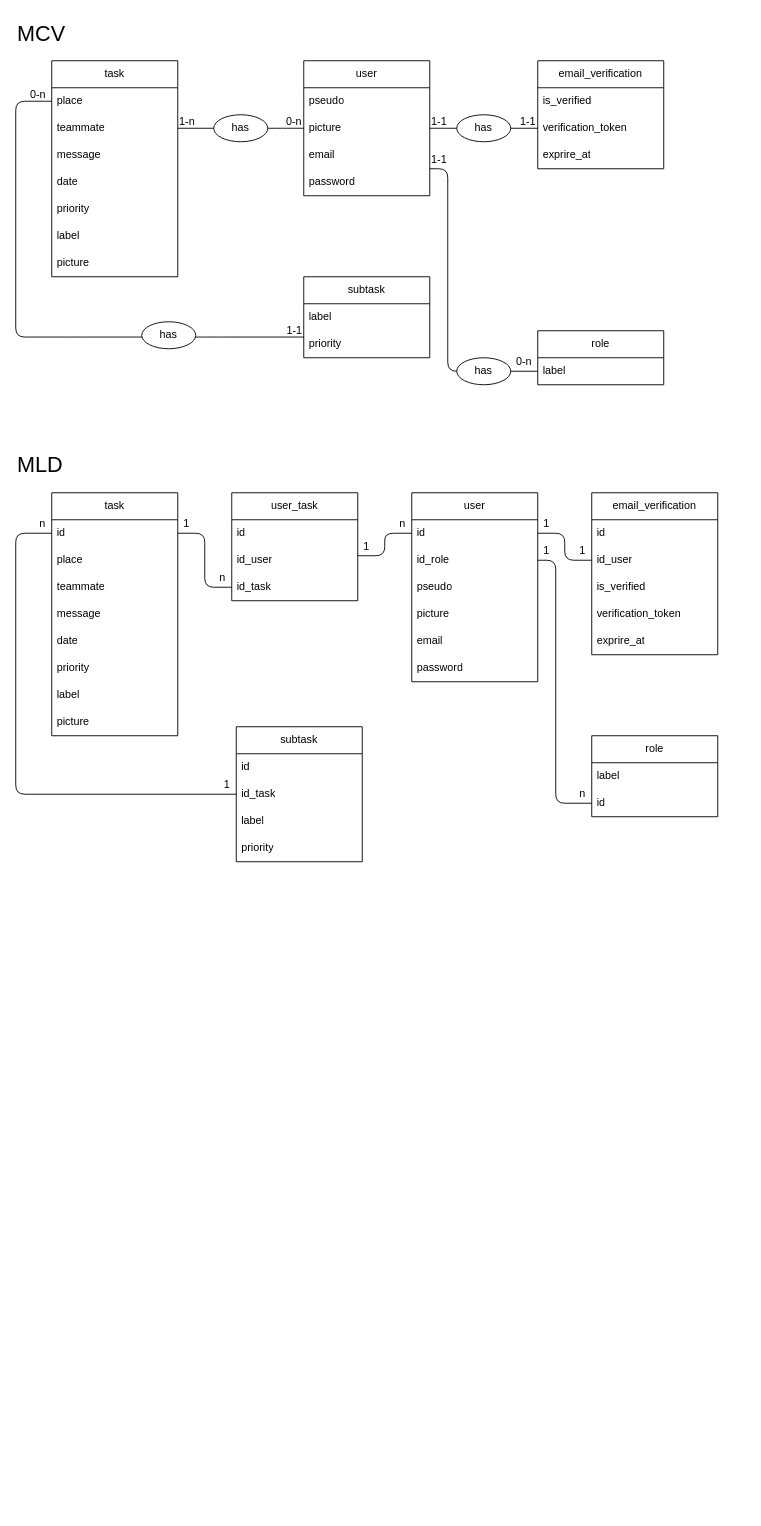
Remi-Dubus/TaskIt keeps this draw.io diagram as database_modeling.dio. Above is the earlier version. Source tidied: cells renumbered, new cells numbered last; positions are measured from the earlier drawing's top-left corner, leaving out a move shared by most shapes. Both pictures are drawn from the tidied source at 90%, with x=0, y=0 at pixel (15, 15).
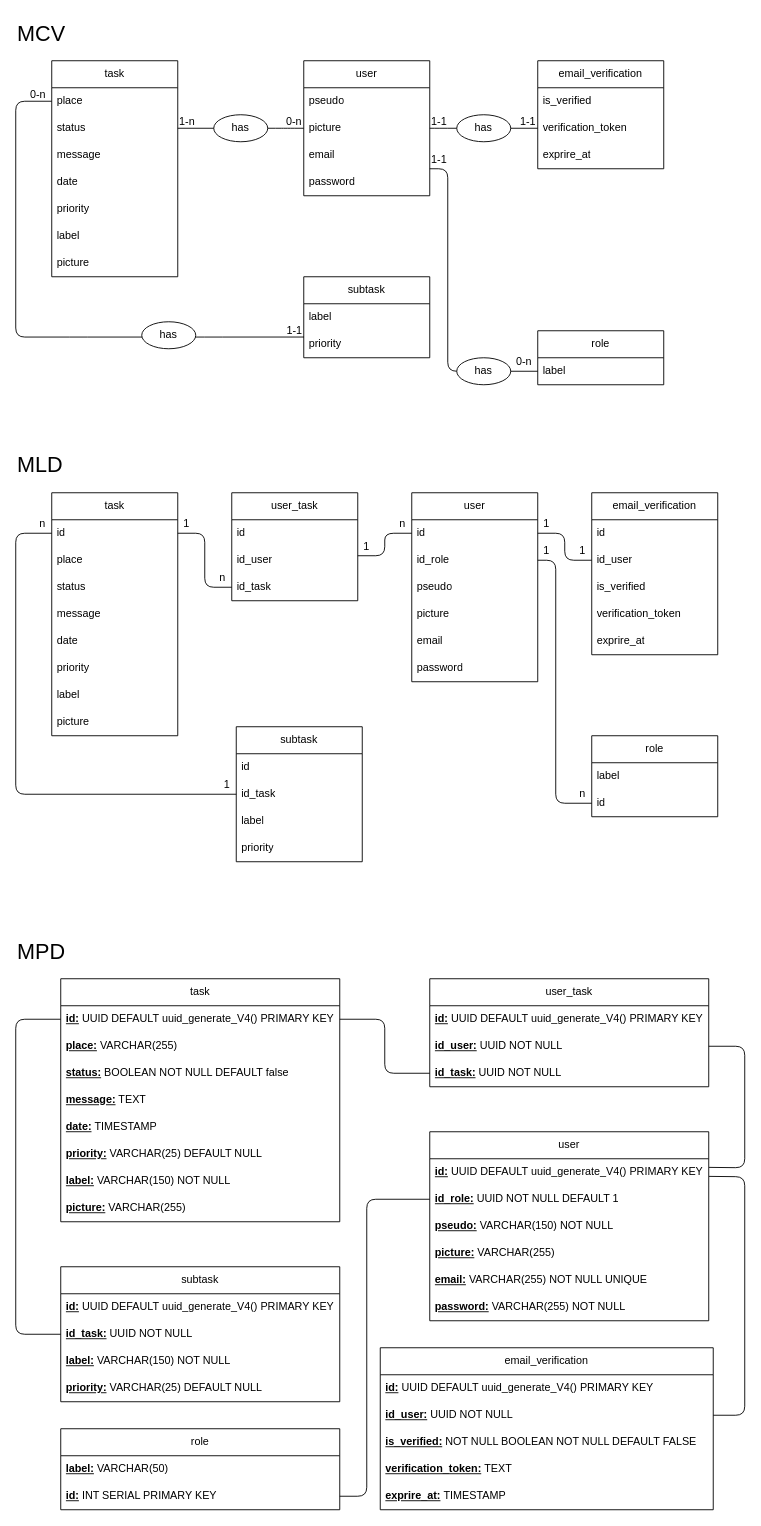
After the change.

Commit message:
feat: add MPD to database modeling closes #9

The change refers to these unchanged cells:
```xml
<mxCell id="3" value="task" style="swimlane;fontStyle=0;horizontal=1;startSize=30;whiteSpace=wrap;html=1;" parent="1" vertex="1">
  <mxGeometry x="40" y="50" width="140" height="240" as="geometry" />
</mxCell>
<mxCell id="28" value="task" style="swimlane;fontStyle=0;horizontal=1;startSize=30;whiteSpace=wrap;html=1;" parent="1" vertex="1">
  <mxGeometry x="40" y="530" width="140" height="270" as="geometry" />
</mxCell>
```

The edit, as a diff of the source:
```diff
@@
-    <mxCell id="5" value="teammate" style="text;strokeColor=none;fillColor=none;align=left;verticalAlign=middle;spacingLeft=4;spacingRight=4;overflow=hidden;whiteSpace=wrap;html=1;" parent="3" vertex="1">
+    <mxCell id="5" value="status" style="text;strokeColor=none;fillColor=none;align=left;verticalAlign=middle;spacingLeft=4;spacingRight=4;overflow=hidden;whiteSpace=wrap;html=1;" parent="3" vertex="1">
       <mxGeometry y="60" width="140" height="30" as="geometry" />
     </mxCell>
@@
-    <mxCell id="31" value="teammate" style="text;strokeColor=none;fillColor=none;align=left;verticalAlign=middle;spacingLeft=4;spacingRight=4;overflow=hidden;whiteSpace=wrap;html=1;" parent="28" vertex="1">
+    <mxCell id="31" value="status" style="text;strokeColor=none;fillColor=none;align=left;verticalAlign=middle;spacingLeft=4;spacingRight=4;overflow=hidden;whiteSpace=wrap;html=1;" parent="28" vertex="1">
       <mxGeometry y="90" width="140" height="30" as="geometry" />
     </mxCell>
@@
+    <mxCell id="91" value="MPD" style="text;html=1;align=left;verticalAlign=middle;strokeColor=none;fillColor=none;fontSize=24;" parent="1" vertex="1">
+      <mxGeometry y="1020" width="80" height="40" as="geometry" />
+    </mxCell>
+    <mxCell id="92" value="task" style="swimlane;fontStyle=0;horizontal=1;startSize=30;whiteSpace=wrap;html=1;" parent="1" vertex="1">
+      <mxGeometry x="50" y="1070" width="310" height="270" as="geometry" />
+    </mxCell>
+    <mxCell id="93" value="&lt;u&gt;&lt;b&gt;id:&lt;/b&gt;&lt;/u&gt; UUID DEFAULT uuid_generate_V4() PRIMARY KEY" style="text;strokeColor=none;fillColor=none;align=left;verticalAlign=middle;spacingLeft=4;spacingRight=4;overflow=hidden;points=[[0,0.5],[1,0.5]];portConstraint=eastwest;whiteSpace=wrap;html=1;" parent="92" vertex="1">
+      <mxGeometry y="30" width="310" height="30" as="geometry" />
+    </mxCell>
+    <mxCell id="94" value="&lt;u&gt;&lt;b&gt;place:&lt;/b&gt;&lt;/u&gt; VARCHAR(255)" style="text;strokeColor=none;fillColor=none;align=left;verticalAlign=middle;spacingLeft=4;spacingRight=4;overflow=hidden;whiteSpace=wrap;html=1;" parent="92" vertex="1">
+      <mxGeometry y="60" width="310" height="30" as="geometry" />
+    </mxCell>
+    <mxCell id="95" value="&lt;u&gt;&lt;b&gt;status:&lt;/b&gt;&lt;/u&gt; BOOLEAN NOT NULL DEFAULT false" style="text;strokeColor=none;fillColor=none;align=left;verticalAlign=middle;spacingLeft=4;spacingRight=4;overflow=hidden;whiteSpace=wrap;html=1;" parent="92" vertex="1">
+      <mxGeometry y="90" width="310" height="30" as="geometry" />
+    </mxCell>
+    <mxCell id="96" value="&lt;u&gt;&lt;b&gt;message:&lt;/b&gt;&lt;/u&gt; TEXT" style="text;strokeColor=none;fillColor=none;align=left;verticalAlign=middle;spacingLeft=4;spacingRight=4;overflow=hidden;whiteSpace=wrap;html=1;" parent="92" vertex="1">
+      <mxGeometry y="120" width="310" height="30" as="geometry" />
+    </mxCell>
+    <mxCell id="97" value="&lt;b style=&quot;text-decoration-line: underline;&quot;&gt;date:&lt;/b&gt;&amp;nbsp;TIMESTAMP" style="text;strokeColor=none;fillColor=none;align=left;verticalAlign=middle;spacingLeft=4;spacingRight=4;overflow=hidden;whiteSpace=wrap;html=1;" parent="92" vertex="1">
+      <mxGeometry y="150" width="310" height="30" as="geometry" />
+    </mxCell>
+    <mxCell id="98" value="&lt;b style=&quot;text-decoration-line: underline;&quot;&gt;priority:&lt;/b&gt;&amp;nbsp;VARCHAR(25) DEFAULT NULL" style="text;strokeColor=none;fillColor=none;align=left;verticalAlign=middle;spacingLeft=4;spacingRight=4;overflow=hidden;whiteSpace=wrap;html=1;" parent="92" vertex="1">
+      <mxGeometry y="180" width="310" height="30" as="geometry" />
+    </mxCell>
+    <mxCell id="99" value="&lt;b style=&quot;text-decoration-line: underline;&quot;&gt;label:&lt;/b&gt;&amp;nbsp;VARCHAR(150) NOT NULL" style="text;strokeColor=none;fillColor=none;align=left;verticalAlign=middle;spacingLeft=4;spacingRight=4;overflow=hidden;whiteSpace=wrap;html=1;" parent="92" vertex="1">
+      <mxGeometry y="210" width="310" height="30" as="geometry" />
+    </mxCell>
+    <mxCell id="100" value="&lt;u style=&quot;font-weight: bold;&quot;&gt;picture:&lt;/u&gt;&amp;nbsp;VARCHAR(255)" style="text;strokeColor=none;fillColor=none;align=left;verticalAlign=middle;spacingLeft=4;spacingRight=4;overflow=hidden;whiteSpace=wrap;html=1;" parent="92" vertex="1">
+      <mxGeometry y="240" width="310" height="30" as="geometry" />
+    </mxCell>
+    <mxCell id="101" value="subtask" style="swimlane;fontStyle=0;horizontal=1;startSize=30;whiteSpace=wrap;html=1;" parent="1" vertex="1">
+      <mxGeometry x="50" y="1390" width="310" height="150" as="geometry" />
+    </mxCell>
+    <mxCell id="102" value="&lt;u style=&quot;font-weight: bold;&quot;&gt;id:&lt;/u&gt;&amp;nbsp;&lt;span style=&quot;color: rgb(0, 0, 0);&quot;&gt;UUID DEFAULT uuid_generate_V4() PRIMARY KEY&lt;/span&gt;" style="text;strokeColor=none;fillColor=none;align=left;verticalAlign=middle;spacingLeft=4;spacingRight=4;overflow=hidden;whiteSpace=wrap;html=1;" parent="101" vertex="1">
+      <mxGeometry y="30" width="310" height="30" as="geometry" />
+    </mxCell>
+    <mxCell id="103" value="&lt;u style=&quot;font-weight: bold;&quot;&gt;id_task:&lt;/u&gt;&amp;nbsp;&lt;span style=&quot;color: rgb(0, 0, 0);&quot;&gt;UUID NOT NULL&lt;/span&gt;" style="text;strokeColor=none;fillColor=none;align=left;verticalAlign=middle;spacingLeft=4;spacingRight=4;overflow=hidden;points=[[0,0.5],[1,0.5]];portConstraint=eastwest;whiteSpace=wrap;html=1;" parent="101" vertex="1">
+      <mxGeometry y="60" width="310" height="30" as="geometry" />
+    </mxCell>
+    <mxCell id="104" value="&lt;u style=&quot;font-weight: bold;&quot;&gt;label:&lt;/u&gt;&amp;nbsp;&lt;span style=&quot;color: rgb(0, 0, 0);&quot;&gt;VARCHAR(150) NOT NULL&lt;/span&gt;" style="text;strokeColor=none;fillColor=none;align=left;verticalAlign=middle;spacingLeft=4;spacingRight=4;overflow=hidden;whiteSpace=wrap;html=1;" parent="101" vertex="1">
+      <mxGeometry y="90" width="310" height="30" as="geometry" />
+    </mxCell>
+    <mxCell id="105" value="&lt;u style=&quot;font-weight: bold;&quot;&gt;priority:&lt;/u&gt;&amp;nbsp;VARCHAR(25) DEFAULT NULL" style="text;strokeColor=none;fillColor=none;align=left;verticalAlign=middle;spacingLeft=4;spacingRight=4;overflow=hidden;whiteSpace=wrap;html=1;" parent="101" vertex="1">
+      <mxGeometry y="120" width="310" height="30" as="geometry" />
+    </mxCell>
+    <mxCell id="106" value="user" style="swimlane;fontStyle=0;horizontal=1;startSize=30;whiteSpace=wrap;html=1;" parent="1" vertex="1">
+      <mxGeometry x="460" y="1240" width="310" height="210" as="geometry" />
+    </mxCell>
+    <mxCell id="107" value="&lt;u style=&quot;font-weight: bold;&quot;&gt;id:&lt;/u&gt;&amp;nbsp;&lt;span style=&quot;color: rgb(0, 0, 0);&quot;&gt;UUID DEFAULT uuid_generate_V4() PRIMARY KEY&lt;/span&gt;" style="text;strokeColor=none;fillColor=none;align=left;verticalAlign=middle;spacingLeft=4;spacingRight=4;overflow=hidden;points=[[0,0.5],[1,0.5]];portConstraint=eastwest;whiteSpace=wrap;html=1;" parent="106" vertex="1">
+      <mxGeometry y="30" width="310" height="30" as="geometry" />
+    </mxCell>
+    <mxCell id="108" value="&lt;u style=&quot;font-weight: bold;&quot;&gt;id_role:&lt;/u&gt;&amp;nbsp;UUID NOT NULL DEFAULT 1" style="text;strokeColor=none;fillColor=none;align=left;verticalAlign=middle;spacingLeft=4;spacingRight=4;overflow=hidden;points=[[0,0.5],[1,0.5]];portConstraint=eastwest;whiteSpace=wrap;html=1;" parent="106" vertex="1">
+      <mxGeometry y="60" width="310" height="30" as="geometry" />
+    </mxCell>
+    <mxCell id="109" value="&lt;u style=&quot;font-weight: bold;&quot;&gt;pseudo:&lt;/u&gt;&amp;nbsp;VARCHAR(150) NOT NULL" style="text;strokeColor=none;fillColor=none;align=left;verticalAlign=middle;spacingLeft=4;spacingRight=4;overflow=hidden;whiteSpace=wrap;html=1;" parent="106" vertex="1">
+      <mxGeometry y="90" width="310" height="30" as="geometry" />
+    </mxCell>
+    <mxCell id="110" value="&lt;u style=&quot;font-weight: bold;&quot;&gt;picture:&lt;/u&gt;&amp;nbsp;VARCHAR(255)" style="text;strokeColor=none;fillColor=none;align=left;verticalAlign=middle;spacingLeft=4;spacingRight=4;overflow=hidden;whiteSpace=wrap;html=1;" parent="106" vertex="1">
+      <mxGeometry y="120" width="310" height="30" as="geometry" />
+    </mxCell>
+    <mxCell id="111" value="&lt;u style=&quot;font-weight: bold;&quot;&gt;email:&lt;/u&gt;&amp;nbsp;VARCHAR(255) NOT NULL UNIQUE" style="text;strokeColor=none;fillColor=none;align=left;verticalAlign=middle;spacingLeft=4;spacingRight=4;overflow=hidden;whiteSpace=wrap;html=1;" parent="106" vertex="1">
+      <mxGeometry y="150" width="310" height="30" as="geometry" />
+    </mxCell>
+    <mxCell id="112" value="&lt;u style=&quot;font-weight: bold;&quot;&gt;password:&lt;/u&gt;&amp;nbsp;VARCHAR(255) NOT NULL" style="text;strokeColor=none;fillColor=none;align=left;verticalAlign=middle;spacingLeft=4;spacingRight=4;overflow=hidden;whiteSpace=wrap;html=1;" parent="106" vertex="1">
+      <mxGeometry y="180" width="310" height="30" as="geometry" />
+    </mxCell>
+    <mxCell id="113" value="role" style="swimlane;fontStyle=0;horizontal=1;startSize=30;whiteSpace=wrap;html=1;" parent="1" vertex="1">
+      <mxGeometry x="50" y="1570" width="310" height="90" as="geometry" />
+    </mxCell>
+    <mxCell id="114" value="&lt;u style=&quot;font-weight: bold;&quot;&gt;label:&lt;/u&gt;&amp;nbsp;VARCHAR(50)" style="text;strokeColor=none;fillColor=none;align=left;verticalAlign=middle;spacingLeft=4;spacingRight=4;overflow=hidden;whiteSpace=wrap;html=1;" parent="113" vertex="1">
+      <mxGeometry y="30" width="310" height="30" as="geometry" />
+    </mxCell>
+    <mxCell id="115" value="&lt;u style=&quot;font-weight: bold;&quot;&gt;id:&lt;/u&gt;&amp;nbsp;INT SERIAL PRIMARY KEY" style="text;strokeColor=none;fillColor=none;align=left;verticalAlign=middle;spacingLeft=4;spacingRight=4;overflow=hidden;points=[[0,0.5],[1,0.5]];portConstraint=eastwest;whiteSpace=wrap;html=1;" parent="113" vertex="1">
+      <mxGeometry y="60" width="310" height="30" as="geometry" />
+    </mxCell>
+    <mxCell id="116" value="email_verification" style="swimlane;fontStyle=0;horizontal=1;startSize=30;whiteSpace=wrap;html=1;" parent="1" vertex="1">
+      <mxGeometry x="405" y="1480" width="370" height="180" as="geometry" />
+    </mxCell>
+    <mxCell id="117" value="&lt;u style=&quot;font-weight: bold;&quot;&gt;id:&lt;/u&gt;&amp;nbsp;&lt;span style=&quot;color: rgb(0, 0, 0);&quot;&gt;UUID DEFAULT uuid_generate_V4() PRIMARY KEY&lt;/span&gt;" style="text;strokeColor=none;fillColor=none;align=left;verticalAlign=middle;spacingLeft=4;spacingRight=4;overflow=hidden;whiteSpace=wrap;html=1;" parent="116" vertex="1">
+      <mxGeometry y="30" width="370" height="30" as="geometry" />
+    </mxCell>
+    <mxCell id="118" value="&lt;u style=&quot;font-weight: bold;&quot;&gt;id_user:&lt;/u&gt;&amp;nbsp;UUID NOT NULL" style="text;strokeColor=none;fillColor=none;align=left;verticalAlign=middle;spacingLeft=4;spacingRight=4;overflow=hidden;points=[[0,0.5],[1,0.5]];portConstraint=eastwest;whiteSpace=wrap;html=1;" parent="116" vertex="1">
+      <mxGeometry y="60" width="370" height="30" as="geometry" />
+    </mxCell>
+    <mxCell id="119" value="&lt;u style=&quot;font-weight: bold;&quot;&gt;is_verified:&lt;/u&gt;&amp;nbsp;NOT NULL BOOLEAN NOT NULL DEFAULT FALSE" style="text;strokeColor=none;fillColor=none;align=left;verticalAlign=middle;spacingLeft=4;spacingRight=4;overflow=hidden;whiteSpace=wrap;html=1;" parent="116" vertex="1">
+      <mxGeometry y="90" width="370" height="30" as="geometry" />
+    </mxCell>
+    <mxCell id="120" value="&lt;u style=&quot;font-weight: bold;&quot;&gt;verification_token:&lt;/u&gt;&amp;nbsp;TEXT" style="text;strokeColor=none;fillColor=none;align=left;verticalAlign=middle;spacingLeft=4;spacingRight=4;overflow=hidden;whiteSpace=wrap;html=1;" parent="116" vertex="1">
+      <mxGeometry y="120" width="370" height="30" as="geometry" />
+    </mxCell>
+    <mxCell id="121" value="&lt;u style=&quot;font-weight: bold;&quot;&gt;exprire_at:&lt;/u&gt;&amp;nbsp;TIMESTAMP" style="text;strokeColor=none;fillColor=none;align=left;verticalAlign=middle;spacingLeft=4;spacingRight=4;overflow=hidden;whiteSpace=wrap;html=1;" parent="116" vertex="1">
+      <mxGeometry y="150" width="370" height="30" as="geometry" />
+    </mxCell>
+    <mxCell id="122" style="endArrow=none;html=1;exitX=0;exitY=0.5;exitDx=0;exitDy=0;entryX=0;entryY=0.5;entryDx=0;entryDy=0;" parent="1" edge="1" source="103" target="93">
+      <mxGeometry relative="1" as="geometry">
+        <Array as="points">
+          <mxPoint y="1465" />
+          <mxPoint y="1115" />
+        </Array>
+      </mxGeometry>
+    </mxCell>
+    <mxCell id="123" value="user_task" style="swimlane;fontStyle=0;horizontal=1;startSize=30;whiteSpace=wrap;html=1;" parent="1" vertex="1">
+      <mxGeometry x="460" y="1070" width="310" height="120" as="geometry" />
+    </mxCell>
+    <mxCell id="124" value="&lt;u style=&quot;font-weight: bold;&quot;&gt;id:&lt;/u&gt;&amp;nbsp;&lt;span style=&quot;color: rgb(0, 0, 0);&quot;&gt;UUID DEFAULT uuid_generate_V4() PRIMARY KEY&lt;/span&gt;" style="text;strokeColor=none;fillColor=none;align=left;verticalAlign=middle;spacingLeft=4;spacingRight=4;overflow=hidden;whiteSpace=wrap;html=1;" parent="123" vertex="1">
+      <mxGeometry y="30" width="310" height="30" as="geometry" />
+    </mxCell>
+    <mxCell id="125" value="&lt;u style=&quot;font-weight: bold;&quot;&gt;id_user:&lt;/u&gt;&amp;nbsp;UUID NOT NULL" style="text;strokeColor=none;fillColor=none;align=left;verticalAlign=middle;spacingLeft=4;spacingRight=4;overflow=hidden;points=[[0,0.5],[1,0.5]];portConstraint=eastwest;whiteSpace=wrap;html=1;" parent="123" vertex="1">
+      <mxGeometry y="60" width="310" height="30" as="geometry" />
+    </mxCell>
+    <mxCell id="126" value="&lt;u style=&quot;font-weight: bold;&quot;&gt;id_task:&lt;/u&gt;&amp;nbsp;UUID NOT NULL" style="text;strokeColor=none;fillColor=none;align=left;verticalAlign=middle;spacingLeft=4;spacingRight=4;overflow=hidden;points=[[0,0.5],[1,0.5]];portConstraint=eastwest;whiteSpace=wrap;html=1;" parent="123" vertex="1">
+      <mxGeometry y="90" width="310" height="30" as="geometry" />
+    </mxCell>
+    <mxCell id="127" style="endArrow=none;html=1;exitX=1;exitY=0.5;exitDx=0;exitDy=0;entryX=0;entryY=0.5;entryDx=0;entryDy=0;" parent="1" edge="1" source="93" target="126">
+      <mxGeometry relative="1" as="geometry">
+        <Array as="points">
+          <mxPoint x="410" y="1115" />
+          <mxPoint x="410" y="1175" />
+        </Array>
+      </mxGeometry>
+    </mxCell>
+    <mxCell id="128" style="endArrow=none;html=1;entryX=1;entryY=0.5;entryDx=0;entryDy=0;exitX=1.001;exitY=0.32;exitDx=0;exitDy=0;exitPerimeter=0;" parent="1" edge="1" source="107" target="125">
+      <mxGeometry relative="1" as="geometry">
+        <Array as="points">
+          <mxPoint x="810" y="1280" />
+          <mxPoint x="810" y="1145" />
+        </Array>
+      </mxGeometry>
+    </mxCell>
+    <mxCell id="129" style="endArrow=none;html=1;entryX=0;entryY=0.5;entryDx=0;entryDy=0;exitX=1;exitY=0.5;exitDx=0;exitDy=0;" parent="1" edge="1" source="115" target="108">
+      <mxGeometry relative="1" as="geometry">
+        <Array as="points">
+          <mxPoint x="390" y="1645" />
+          <mxPoint x="390" y="1315" />
+        </Array>
+      </mxGeometry>
+    </mxCell>
+    <mxCell id="130" style="endArrow=none;html=1;exitX=1;exitY=0.5;exitDx=0;exitDy=0;entryX=1.001;entryY=0.653;entryDx=0;entryDy=0;entryPerimeter=0;" parent="1" edge="1" source="118" target="107">
+      <mxGeometry relative="1" as="geometry">
+        <Array as="points">
+          <mxPoint x="810" y="1555" />
+          <mxPoint x="810" y="1290" />
+        </Array>
+      </mxGeometry>
+    </mxCell>
```
